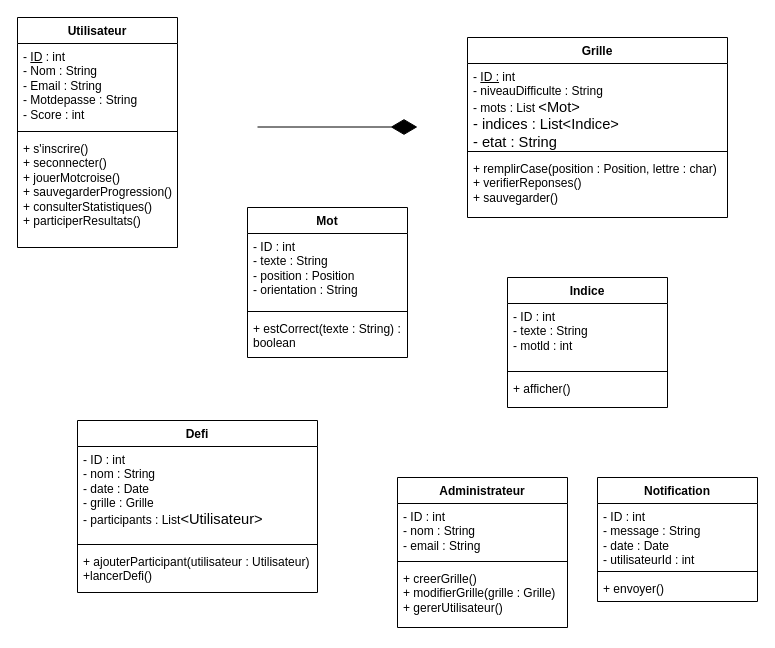
Above: Diagramme de classe.drawio in Kimii01/Mot-crois-e-apk (draw.io), before the change. Source tidied: cells renumbered, new cells numbered last; positions are measured from the earlier drawing's top-left corner, leaving out a move shared by most shapes. Both pictures are drawn from the tidied source at 100%, with x=0, y=0 at pixel (17, 17).
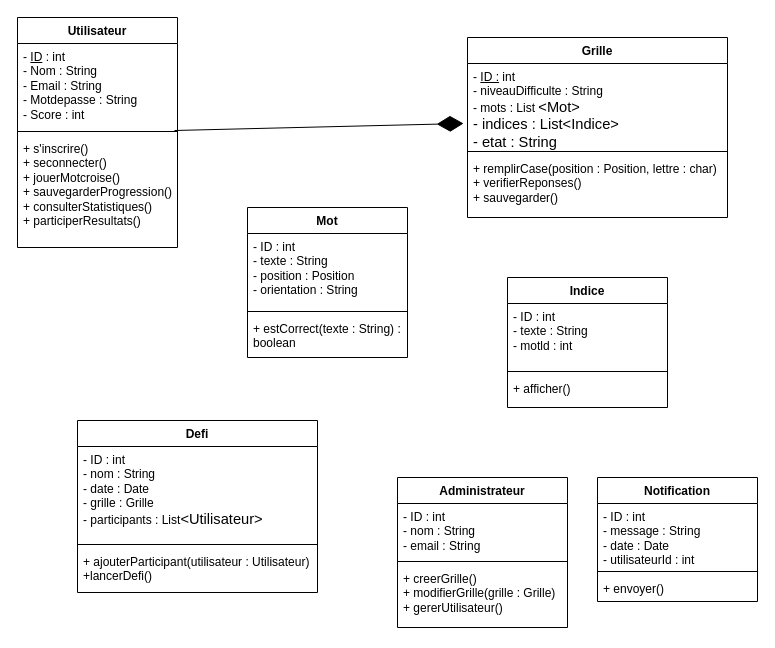
Above is the later version.

Commit message:
Mettre à jour Diagramme de classe.drawio

Unchanged cells that the change refers to:
```xml
<mxCell id="4" style="line;strokeWidth=1;fillColor=none;align=left;verticalAlign=middle;spacingTop=-1;spacingLeft=3;spacingRight=3;labelPosition=right;points=[];portConstraint=eastwest;strokeColor=inherit;" parent="2" vertex="1">
  <mxGeometry y="110" width="160" height="8" as="geometry" />
</mxCell>
<mxCell id="11" value="- &lt;u&gt;ID :&lt;/u&gt;&amp;nbsp;int&lt;div&gt;- niveauDifficulte : String&lt;/div&gt;&lt;div&gt;- mots : List&amp;nbsp;&lt;span style=&quot;font-family: Calibri, sans-serif; font-size: 11pt; background-color: transparent; color: light-dark(rgb(0, 0, 0), rgb(255, 255, 255));&quot;&gt;&amp;lt;Mot&lt;/span&gt;&lt;span style=&quot;font-family: Calibri, sans-serif; font-size: 11pt; background-color: transparent; color: light-dark(rgb(0, 0, 0), rgb(255, 255, 255));&quot;&gt;&amp;gt;&lt;/span&gt;&lt;/div&gt;&lt;div&gt;&lt;span style=&quot;font-family: Calibri, sans-serif; font-size: 11pt; background-color: transparent; color: light-dark(rgb(0, 0, 0), rgb(255, 255, 255));&quot;&gt;- indices : List&lt;/span&gt;&lt;span style=&quot;font-family: Calibri, sans-serif; font-size: 11pt; background-color: transparent; color: light-dark(rgb(0, 0, 0), rgb(255, 255, 255));&quot;&gt;&amp;lt;Indice&lt;/span&gt;&lt;span style=&quot;font-family: Calibri, sans-serif; font-size: 11pt; background-color: transparent; color: light-dark(rgb(0, 0, 0), rgb(255, 255, 255));&quot;&gt;&amp;gt;&lt;/span&gt;&lt;span style=&quot;font-family: Calibri, sans-serif; font-size: 11pt; background-color: transparent; color: light-dark(rgb(0, 0, 0), rgb(255, 255, 255));&quot;&gt;&lt;br&gt;&lt;/span&gt;&lt;/div&gt;&lt;div&gt;&lt;span style=&quot;font-family: Calibri, sans-serif; font-size: 11pt; background-color: transparent; color: light-dark(rgb(0, 0, 0), rgb(255, 255, 255));&quot;&gt;- etat : String&lt;/span&gt;&lt;/div&gt;" style="text;strokeColor=none;fillColor=none;align=left;verticalAlign=top;spacingLeft=4;spacingRight=4;overflow=hidden;points=[[0,0.5],[1,0.5]];portConstraint=eastwest;whiteSpace=wrap;html=1;" parent="10" vertex="1">
  <mxGeometry y="26" width="260" height="84" as="geometry" />
</mxCell>
```

Change to the diagram source:
```diff
@@
-    <mxCell id="30" style="endArrow=diamondThin;endFill=1;endSize=24;html=1;rounded=0;" parent="1" edge="1">
-      <mxGeometry relative="1" as="geometry">
-        <mxPoint x="240" y="109.5" as="sourcePoint" />
-        <mxPoint x="400" y="109.5" as="targetPoint" />
-      </mxGeometry>
+    <mxCell id="30" style="endArrow=diamondThin;endFill=1;endSize=24;html=1;rounded=0;exitX=0.981;exitY=0.375;exitDx=0;exitDy=0;exitPerimeter=0;entryX=-0.015;entryY=0.714;entryDx=0;entryDy=0;entryPerimeter=0;" parent="1" edge="1" source="4" target="11">
+      <mxGeometry relative="1" as="geometry" />
     </mxCell>
```
